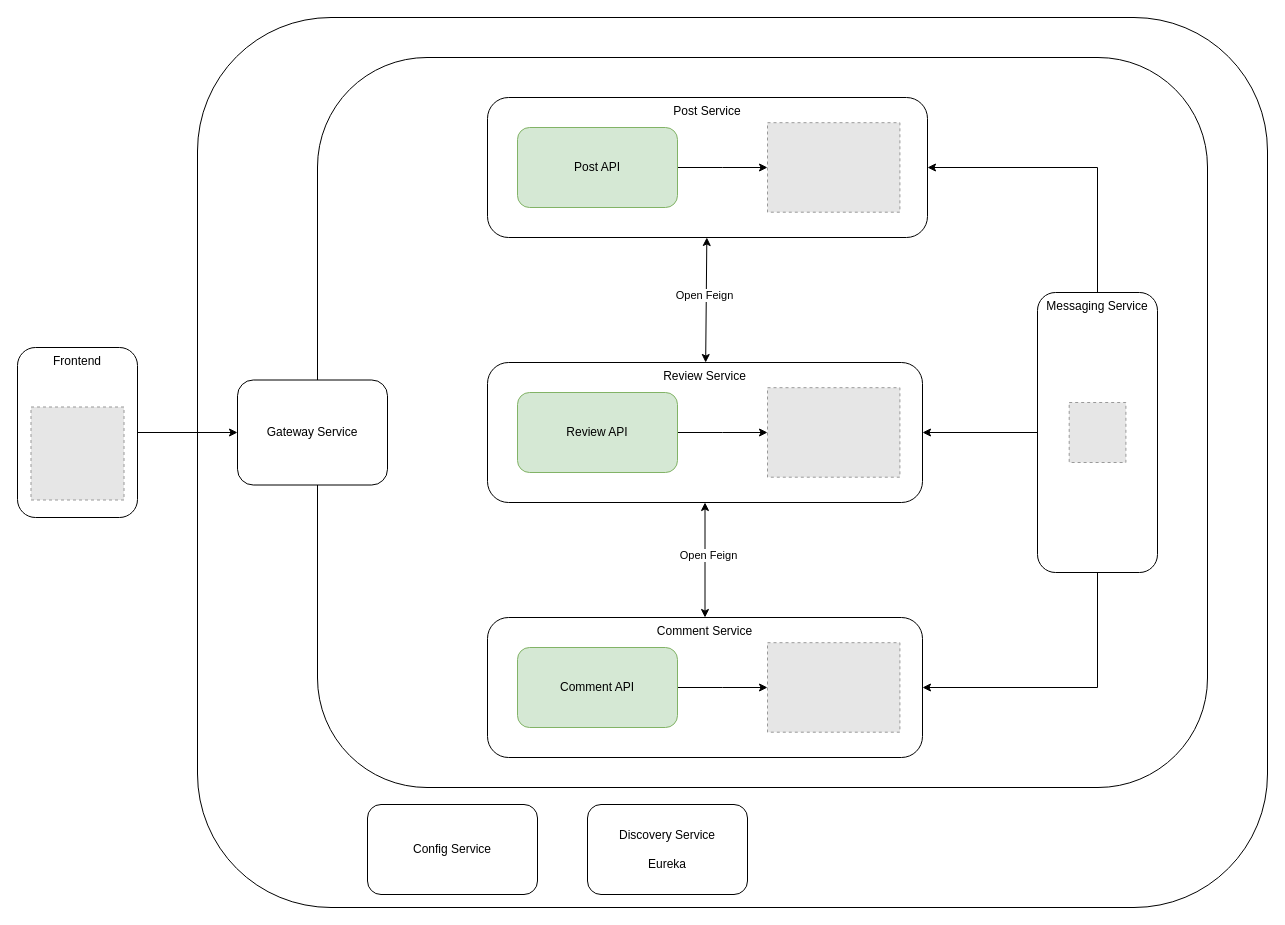
This is architecture/Architecture.drawio from pxlit-projects/project-MaartenClaesPXL, a draw.io file, before an edit. Source tidied: cells renumbered, new cells numbered last; positions are measured from the earlier drawing's top-left corner, leaving out a move shared by most shapes. Both pictures are drawn from the tidied source at 100%, with x=0, y=0 at pixel (17, 17). Pictures stored in the file or linked from it are replaced by grey dashed boxes.
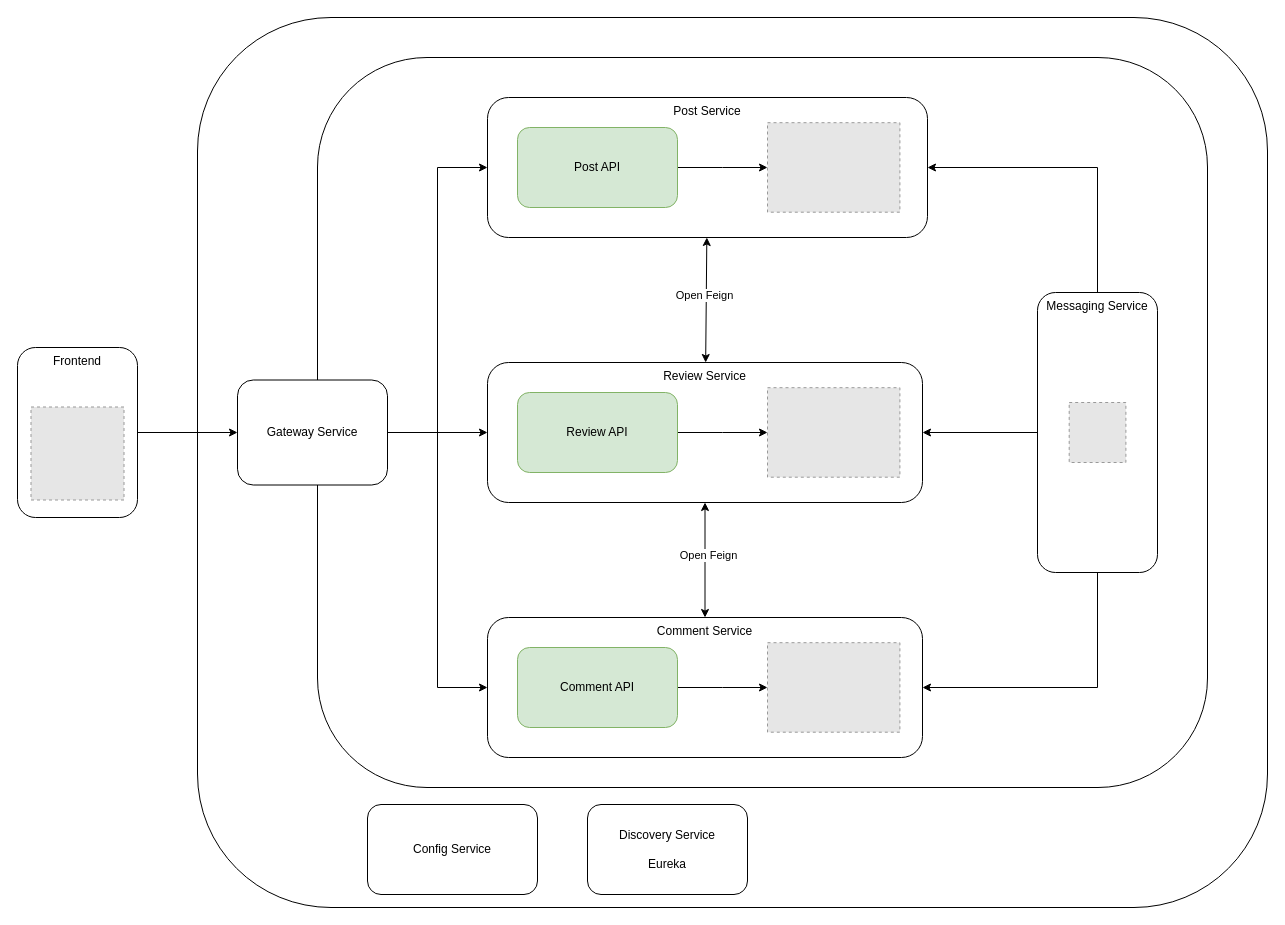
After the change.

Unchanged cells that the change refers to:
```xml
<mxCell id="5" value="Gateway Service" style="rounded=1;whiteSpace=wrap;html=1;" parent="1" vertex="1">
  <mxGeometry x="220" y="362.5" width="150" height="105" as="geometry" />
</mxCell>
<mxCell id="7" value="Post Service" style="rounded=1;whiteSpace=wrap;html=1;verticalAlign=top;" parent="1" vertex="1">
  <mxGeometry x="470" y="80" width="440" height="140" as="geometry" />
</mxCell>
<mxCell id="8" value="Review Service" style="rounded=1;whiteSpace=wrap;html=1;verticalAlign=top;" parent="1" vertex="1">
  <mxGeometry x="470" y="345" width="435" height="140" as="geometry" />
</mxCell>
<mxCell id="9" value="Comment Service" style="rounded=1;whiteSpace=wrap;html=1;verticalAlign=top;" parent="1" vertex="1">
  <mxGeometry x="470" y="600" width="435" height="140" as="geometry" />
</mxCell>
```

The edit, as a diff of the source:
```diff
@@
+    <mxCell id="31" style="endArrow=classic;html=1;rounded=0;" parent="1" edge="1" source="5" target="8">
+      <mxGeometry relative="1" as="geometry" />
+    </mxCell>
+    <mxCell id="32" style="endArrow=classic;html=1;rounded=0;" parent="1" edge="1" target="9">
+      <mxGeometry relative="1" as="geometry">
+        <mxPoint x="420" y="410" as="sourcePoint" />
+        <Array as="points">
+          <mxPoint x="420" y="670" />
+        </Array>
+      </mxGeometry>
+    </mxCell>
+    <mxCell id="33" style="endArrow=classic;html=1;rounded=0;" parent="1" edge="1" target="7">
+      <mxGeometry relative="1" as="geometry">
+        <mxPoint x="420" y="415" as="sourcePoint" />
+        <Array as="points">
+          <mxPoint x="420" y="150" />
+        </Array>
+      </mxGeometry>
+    </mxCell>
```
